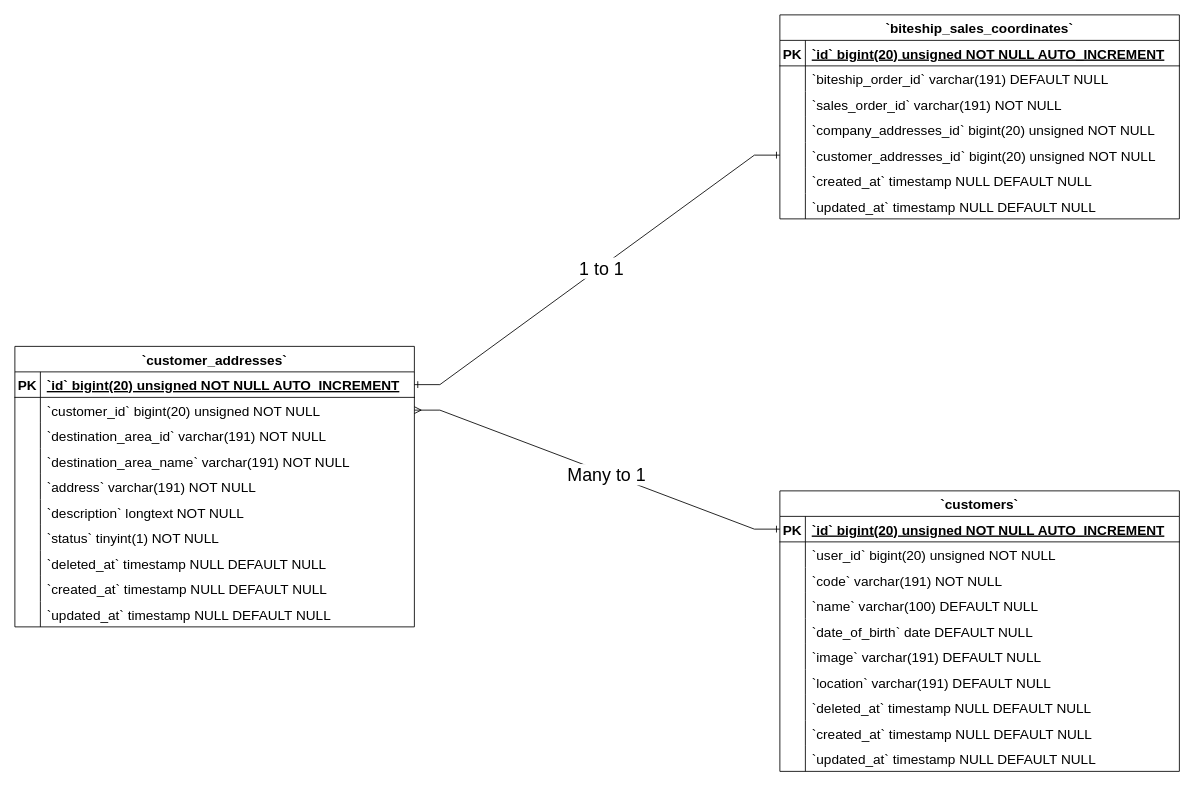
Earlier version of the draw.io diagram Customer Addresses ERD Diagram.drawio (Simasco/diagram). Source tidied: cells renumbered, new cells numbered last; positions are measured from the earlier drawing's top-left corner, leaving out a move shared by most shapes. Both pictures are drawn from the tidied source at 85%, with x=0, y=0 at pixel (14, 14).
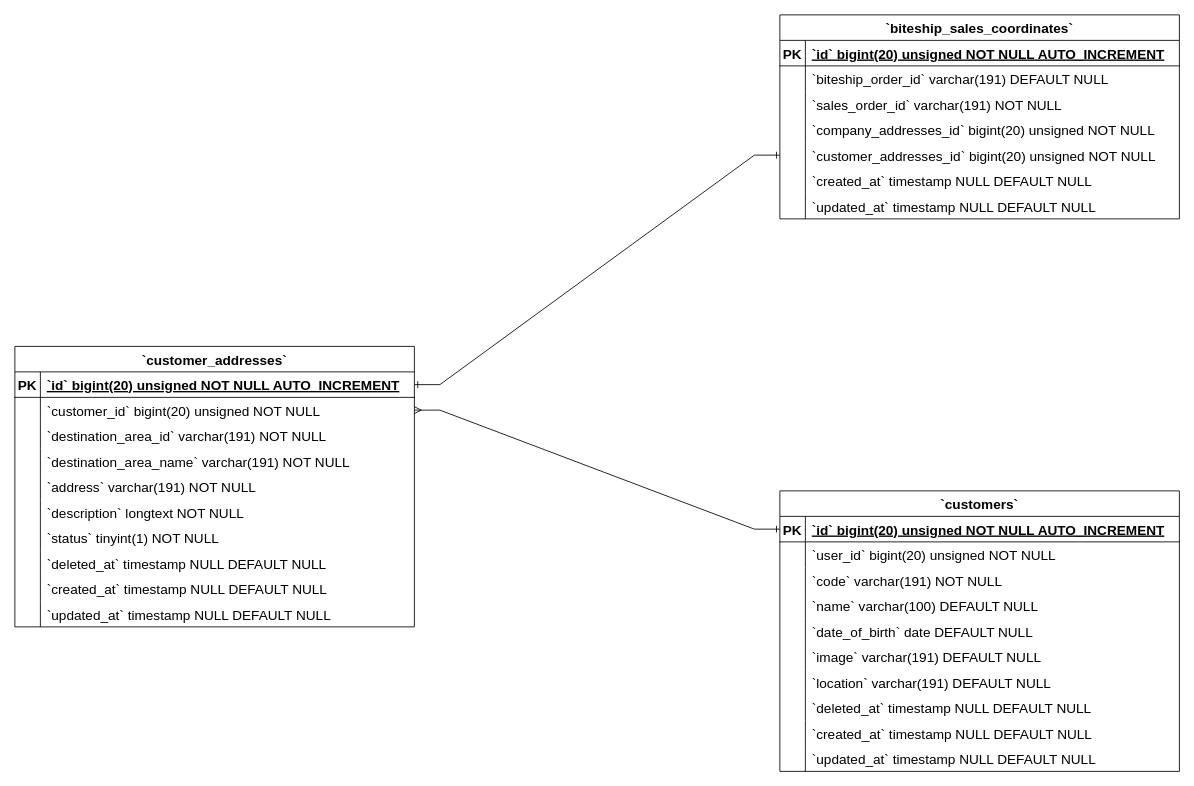
Above is the later version.

The change refers to these unchanged cells:
```xml
<mxCell id="86" style="edgeStyle=entityRelationEdgeStyle;fontSize=16;html=1;endArrow=ERmany;rounded=0;exitX=0;exitY=0.5;exitDx=0;exitDy=0;endFill=0;startArrow=ERone;startFill=0;" parent="1" edge="1" source="34" target="6">
  <mxGeometry relative="1" as="geometry" />
</mxCell>
<mxCell id="88" style="edgeStyle=entityRelationEdgeStyle;fontSize=16;html=1;endArrow=ERone;startArrow=ERone;rounded=0;entryX=0;entryY=0.5;entryDx=0;entryDy=0;startFill=0;endFill=0;" parent="1" edge="1" source="3" target="77">
  <mxGeometry relative="1" as="geometry" />
</mxCell>
```

The edit, as a diff of the source:
```diff
@@
-    <mxCell id="87" value="&lt;font style=&quot;font-size: 21px;&quot;&gt;Many to 1&lt;/font&gt;" style="edgeLabel;html=1;align=center;verticalAlign=middle;fontSize=21;" parent="86" vertex="1">
-      <mxGeometry x="-0.05" y="1" relative="1" as="geometry" />
-    </mxCell>
@@
-    <mxCell id="89" value="&lt;font style=&quot;font-size: 21px;&quot;&gt;1 to 1&lt;/font&gt;" style="edgeLabel;html=1;align=center;verticalAlign=middle;fontSize=21;" parent="88" vertex="1">
-      <mxGeometry x="0.02" y="-1" relative="1" as="geometry" />
-    </mxCell>
```
